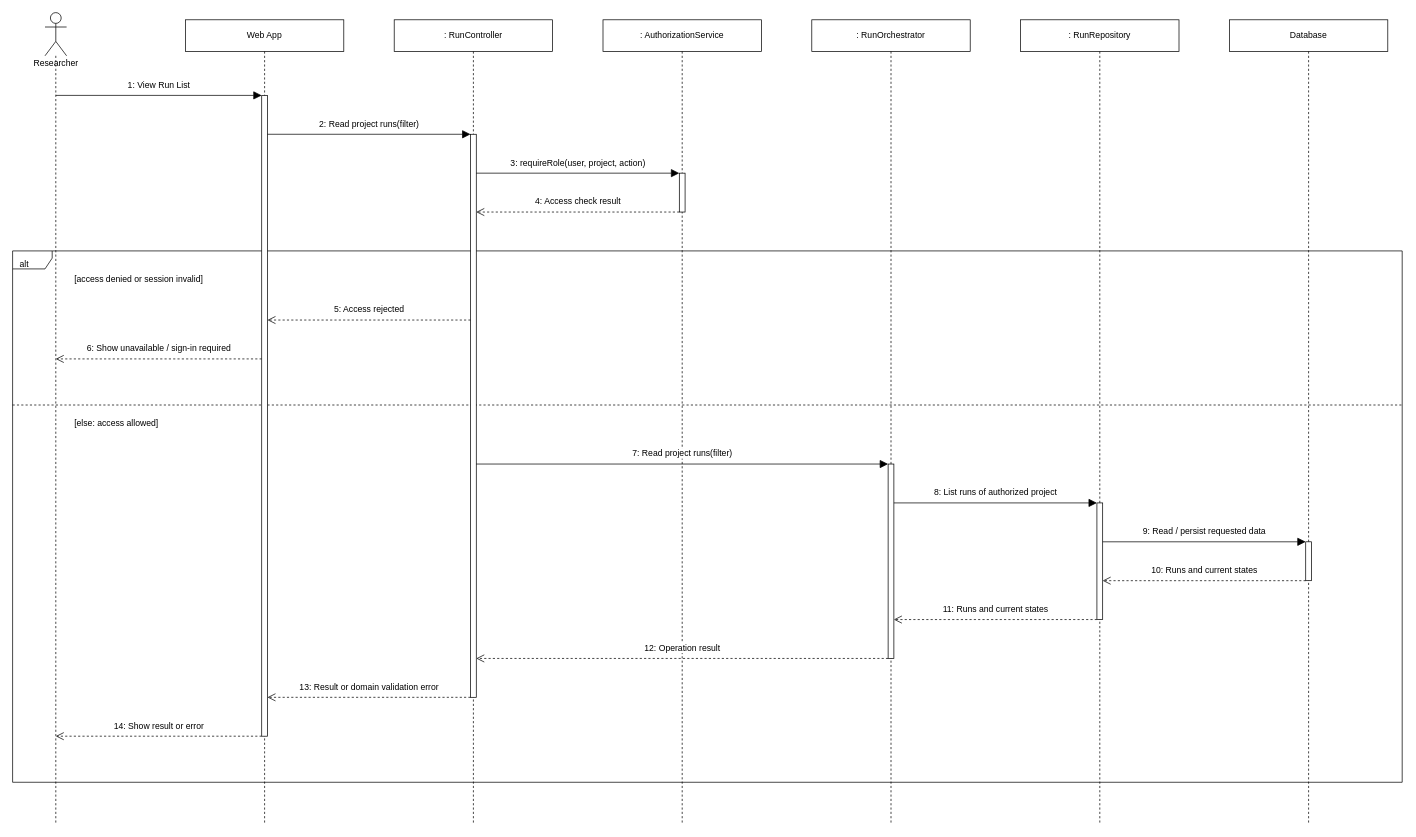
openai-scientist/docs keeps this draw.io diagram as page "View Run List" (9 of 17) of diagrams/08-sequence/04-research-run-orchestration/Sequence-Diagrams-Research-Run-Orchestration.drawio. Above is the earlier version. Source tidied: cells renumbered, new cells numbered last; positions are measured from the earlier drawing's top-left corner, leaving out a move shared by most shapes. Both pictures are drawn from the tidied source at 72%, with x=0, y=0 at pixel (12, 12).
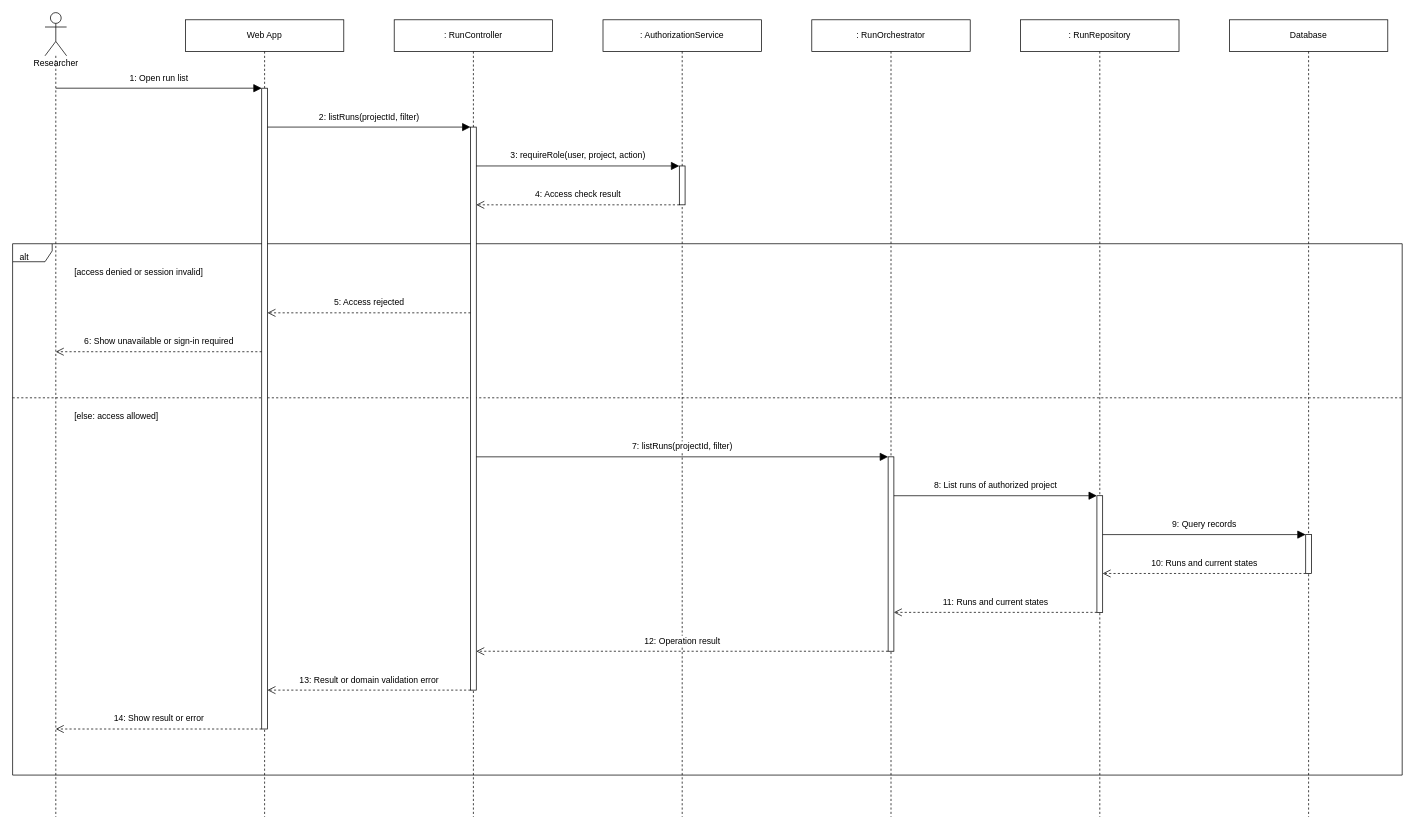
The same page after the edit.

The edit, as a diff of the source:
```diff
@@
     <mxCell id="2" value="alt" style="html=1;fontFamily=Arial;fontSize=12;fontColor=#000000;strokeColor=#000000;strokeWidth=1;fillColor=#FFFFFF;shape=umlFrame;fillColor=none;width=55;height=25;align=left;verticalAlign=top;spacingLeft=8;spacingTop=5;" parent="1" vertex="1">
-      <mxGeometry y="331" width="1930" height="738" as="geometry" />
+      <mxGeometry y="321" width="1930" height="738" as="geometry" />
     </mxCell>
     <mxCell id="3" value="[access denied or session invalid]" style="html=1;fontFamily=Arial;fontSize=12;fontColor=#000000;strokeColor=#000000;strokeWidth=1;fillColor=#FFFFFF;text;strokeColor=none;fillColor=none;align=left;verticalAlign=top;" parent="1" vertex="1">
-      <mxGeometry x="84" y="357" width="1831" height="30" as="geometry" />
+      <mxGeometry x="84" y="347" width="1831" height="30" as="geometry" />
     </mxCell>
     <mxCell id="4" value="[else: access allowed]" style="html=1;fontFamily=Arial;fontSize=12;fontColor=#000000;strokeColor=#000000;strokeWidth=1;fillColor=#FFFFFF;text;strokeColor=none;fillColor=none;align=left;verticalAlign=top;" parent="1" vertex="1">
-      <mxGeometry x="84" y="557" width="1831" height="30" as="geometry" />
+      <mxGeometry x="84" y="547" width="1831" height="30" as="geometry" />
     </mxCell>
     <mxCell id="5" style="html=1;fontFamily=Arial;fontSize=12;fontColor=#000000;strokeColor=#000000;strokeWidth=1;fillColor=#FFFFFF;dashed=1;endArrow=none;" parent="1" edge="1">
       <mxGeometry relative="1" as="geometry">
-        <mxPoint y="545" as="sourcePoint" />
-        <mxPoint x="1930" y="545" as="targetPoint" />
+        <mxPoint y="535" as="sourcePoint" />
+        <mxPoint x="1930" y="535" as="targetPoint" />
       </mxGeometry>
     </mxCell>
     <mxCell id="6" value="Researcher" style="html=1;fontFamily=Arial;fontSize=12;fontColor=#000000;strokeColor=#000000;strokeWidth=1;fillColor=#FFFFFF;shape=umlLifeline;participant=umlActor;size=60;perimeter=lifelinePerimeter;verticalAlign=bottom;spacingBottom=-20;" parent="1" vertex="1">
-      <mxGeometry x="45" width="30" height="1127" as="geometry" />
+      <mxGeometry x="45" width="30" height="1117" as="geometry" />
     </mxCell>
     <mxCell id="7" value="Web App" style="html=1;fontFamily=Arial;fontSize=12;fontColor=#000000;strokeColor=#000000;strokeWidth=1;fillColor=#FFFFFF;shape=umlLifeline;size=44;perimeter=lifelinePerimeter;whiteSpace=wrap;" parent="1" vertex="1">
-      <mxGeometry x="240" y="10" width="220" height="1117" as="geometry" />
+      <mxGeometry x="240" y="10" width="220" height="1107" as="geometry" />
     </mxCell>
     <mxCell id="8" value=": RunController" style="html=1;fontFamily=Arial;fontSize=12;fontColor=#000000;strokeColor=#000000;strokeWidth=1;fillColor=#FFFFFF;shape=umlLifeline;size=44;perimeter=lifelinePerimeter;whiteSpace=wrap;" parent="1" vertex="1">
-      <mxGeometry x="530" y="10" width="220" height="1117" as="geometry" />
+      <mxGeometry x="530" y="10" width="220" height="1107" as="geometry" />
     </mxCell>
     <mxCell id="9" value=": AuthorizationService" style="html=1;fontFamily=Arial;fontSize=12;fontColor=#000000;strokeColor=#000000;strokeWidth=1;fillColor=#FFFFFF;shape=umlLifeline;size=44;perimeter=lifelinePerimeter;whiteSpace=wrap;" parent="1" vertex="1">
-      <mxGeometry x="820" y="10" width="220" height="1117" as="geometry" />
+      <mxGeometry x="820" y="10" width="220" height="1107" as="geometry" />
     </mxCell>
     <mxCell id="10" value=": RunOrchestrator" style="html=1;fontFamily=Arial;fontSize=12;fontColor=#000000;strokeColor=#000000;strokeWidth=1;fillColor=#FFFFFF;shape=umlLifeline;size=44;perimeter=lifelinePerimeter;whiteSpace=wrap;" parent="1" vertex="1">
-      <mxGeometry x="1110" y="10" width="220" height="1117" as="geometry" />
+      <mxGeometry x="1110" y="10" width="220" height="1107" as="geometry" />
     </mxCell>
     <mxCell id="11" value=": RunRepository" style="html=1;fontFamily=Arial;fontSize=12;fontColor=#000000;strokeColor=#000000;strokeWidth=1;fillColor=#FFFFFF;shape=umlLifeline;size=44;perimeter=lifelinePerimeter;whiteSpace=wrap;" parent="1" vertex="1">
-      <mxGeometry x="1400" y="10" width="220" height="1117" as="geometry" />
+      <mxGeometry x="1400" y="10" width="220" height="1107" as="geometry" />
     </mxCell>
     <mxCell id="12" value="Database" style="html=1;fontFamily=Arial;fontSize=12;fontColor=#000000;strokeColor=#000000;strokeWidth=1;fillColor=#FFFFFF;shape=umlLifeline;size=44;perimeter=lifelinePerimeter;whiteSpace=wrap;" parent="1" vertex="1">
-      <mxGeometry x="1690" y="10" width="220" height="1117" as="geometry" />
+      <mxGeometry x="1690" y="10" width="220" height="1107" as="geometry" />
     </mxCell>
     <mxCell id="13" style="html=1;fontFamily=Arial;fontSize=12;fontColor=#000000;strokeColor=#000000;strokeWidth=1;fillColor=#FFFFFF;" parent="7" vertex="1">
-      <mxGeometry x="106" y="105" width="8" height="890" as="geometry" />
+      <mxGeometry x="106" y="95" width="8" height="890" as="geometry" />
     </mxCell>
     <mxCell id="14" style="html=1;fontFamily=Arial;fontSize=12;fontColor=#000000;strokeColor=#000000;strokeWidth=1;fillColor=#FFFFFF;" parent="8" vertex="1">
-      <mxGeometry x="106" y="159" width="8" height="782" as="geometry" />
+      <mxGeometry x="106" y="149" width="8" height="782" as="geometry" />
     </mxCell>
     <mxCell id="15" style="html=1;fontFamily=Arial;fontSize=12;fontColor=#000000;strokeColor=#000000;strokeWidth=1;fillColor=#FFFFFF;" parent="9" vertex="1">
-      <mxGeometry x="106" y="213" width="8" height="54" as="geometry" />
+      <mxGeometry x="106" y="203" width="8" height="54" as="geometry" />
     </mxCell>
     <mxCell id="16" style="html=1;fontFamily=Arial;fontSize=12;fontColor=#000000;strokeColor=#000000;strokeWidth=1;fillColor=#FFFFFF;" parent="10" vertex="1">
-      <mxGeometry x="106" y="617" width="8" height="270" as="geometry" />
+      <mxGeometry x="106" y="607" width="8" height="270" as="geometry" />
     </mxCell>
     <mxCell id="17" style="html=1;fontFamily=Arial;fontSize=12;fontColor=#000000;strokeColor=#000000;strokeWidth=1;fillColor=#FFFFFF;" parent="11" vertex="1">
-      <mxGeometry x="106" y="671" width="8" height="162" as="geometry" />
+      <mxGeometry x="106" y="661" width="8" height="162" as="geometry" />
     </mxCell>
     <mxCell id="18" style="html=1;fontFamily=Arial;fontSize=12;fontColor=#000000;strokeColor=#000000;strokeWidth=1;fillColor=#FFFFFF;" parent="12" vertex="1">
-      <mxGeometry x="106" y="725" width="8" height="54" as="geometry" />
+      <mxGeometry x="106" y="715" width="8" height="54" as="geometry" />
     </mxCell>
-    <mxCell id="19" value="1: View Run List" style="html=1;fontFamily=Arial;fontSize=12;fontColor=#000000;strokeColor=#000000;strokeWidth=1;fillColor=#FFFFFF;edgeStyle=none;rounded=0;endSize=9;endArrow=block;endFill=1;labelBackgroundColor=#FFFFFF;verticalAlign=bottom;spacingBottom=5;exitX=0.5;exitY=0.10204081632653061;entryX=0;entryY=0.0;exitPerimeter=0;entryPerimeter=0;" parent="1" edge="1" source="6" target="13">
+    <mxCell id="19" value="1: Open run list" style="html=1;fontFamily=Arial;fontSize=12;fontColor=#000000;strokeColor=#000000;strokeWidth=1;fillColor=#FFFFFF;edgeStyle=none;rounded=0;endSize=9;endArrow=block;endFill=1;labelBackgroundColor=#FFFFFF;verticalAlign=bottom;spacingBottom=5;exitX=0.5;exitY=0.09400179051029543;entryX=0;entryY=0.0;exitPerimeter=0;entryPerimeter=0;" parent="1" edge="1" source="6" target="13">
       <mxGeometry relative="1" as="geometry" />
     </mxCell>
-    <mxCell id="20" value="2: Read project runs(filter)" style="html=1;fontFamily=Arial;fontSize=12;fontColor=#000000;strokeColor=#000000;strokeWidth=1;fillColor=#FFFFFF;edgeStyle=none;rounded=0;endSize=9;endArrow=block;endFill=1;labelBackgroundColor=#FFFFFF;verticalAlign=bottom;spacingBottom=5;exitX=1;exitY=0.060674157303370786;entryX=0;entryY=0.0;exitPerimeter=0;entryPerimeter=0;" parent="1" edge="1" source="13" target="14">
+    <mxCell id="20" value="2: listRuns(projectId, filter)" style="html=1;fontFamily=Arial;fontSize=12;fontColor=#000000;strokeColor=#000000;strokeWidth=1;fillColor=#FFFFFF;edgeStyle=none;rounded=0;endSize=9;endArrow=block;endFill=1;labelBackgroundColor=#FFFFFF;verticalAlign=bottom;spacingBottom=5;exitX=1;exitY=0.060674157303370786;entryX=0;entryY=0.0;exitPerimeter=0;entryPerimeter=0;" parent="1" edge="1" source="13" target="14">
       <mxGeometry relative="1" as="geometry" />
     </mxCell>
@@
-    <mxCell id="24" value="6: Show unavailable / sign-in required" style="html=1;fontFamily=Arial;fontSize=12;fontColor=#000000;strokeColor=#000000;strokeWidth=1;fillColor=#FFFFFF;edgeStyle=none;rounded=0;endSize=9;dashed=1;endArrow=open;endFill=0;labelBackgroundColor=#FFFFFF;verticalAlign=bottom;spacingBottom=5;exitX=0;exitY=0.41123595505617977;entryX=0.5;entryY=0.42679680567879325;exitPerimeter=0;entryPerimeter=0;" parent="1" edge="1" source="13" target="6">
+    <mxCell id="24" value="6: Show unavailable or sign-in required" style="html=1;fontFamily=Arial;fontSize=12;fontColor=#000000;strokeColor=#000000;strokeWidth=1;fillColor=#FFFFFF;edgeStyle=none;rounded=0;endSize=9;dashed=1;endArrow=open;endFill=0;labelBackgroundColor=#FFFFFF;verticalAlign=bottom;spacingBottom=5;exitX=0;exitY=0.41123595505617977;entryX=0.5;entryY=0.42166517457475383;exitPerimeter=0;entryPerimeter=0;" parent="1" edge="1" source="13" target="6">
       <mxGeometry relative="1" as="geometry" />
     </mxCell>
-    <mxCell id="25" value="7: Read project runs(filter)" style="html=1;fontFamily=Arial;fontSize=12;fontColor=#000000;strokeColor=#000000;strokeWidth=1;fillColor=#FFFFFF;edgeStyle=none;rounded=0;endSize=9;endArrow=block;endFill=1;labelBackgroundColor=#FFFFFF;verticalAlign=bottom;spacingBottom=5;exitX=1;exitY=0.5856777493606138;entryX=0;entryY=0.0;exitPerimeter=0;entryPerimeter=0;" parent="1" edge="1" source="14" target="16">
+    <mxCell id="25" value="7: listRuns(projectId, filter)" style="html=1;fontFamily=Arial;fontSize=12;fontColor=#000000;strokeColor=#000000;strokeWidth=1;fillColor=#FFFFFF;edgeStyle=none;rounded=0;endSize=9;endArrow=block;endFill=1;labelBackgroundColor=#FFFFFF;verticalAlign=bottom;spacingBottom=5;exitX=1;exitY=0.5856777493606138;entryX=0;entryY=0.0;exitPerimeter=0;entryPerimeter=0;" parent="1" edge="1" source="14" target="16">
       <mxGeometry relative="1" as="geometry" />
     </mxCell>
@@
-    <mxCell id="27" value="9: Read / persist requested data" style="html=1;fontFamily=Arial;fontSize=12;fontColor=#000000;strokeColor=#000000;strokeWidth=1;fillColor=#FFFFFF;edgeStyle=none;rounded=0;endSize=9;endArrow=block;endFill=1;labelBackgroundColor=#FFFFFF;verticalAlign=bottom;spacingBottom=5;exitX=1;exitY=0.3333333333333333;entryX=0;entryY=0.0;exitPerimeter=0;entryPerimeter=0;" parent="1" edge="1" source="17" target="18">
+    <mxCell id="27" value="9: Query records" style="html=1;fontFamily=Arial;fontSize=12;fontColor=#000000;strokeColor=#000000;strokeWidth=1;fillColor=#FFFFFF;edgeStyle=none;rounded=0;endSize=9;endArrow=block;endFill=1;labelBackgroundColor=#FFFFFF;verticalAlign=bottom;spacingBottom=5;exitX=1;exitY=0.3333333333333333;entryX=0;entryY=0.0;exitPerimeter=0;entryPerimeter=0;" parent="1" edge="1" source="17" target="18">
       <mxGeometry relative="1" as="geometry" />
     </mxCell>
@@
-    <mxCell id="32" value="14: Show result or error" style="html=1;fontFamily=Arial;fontSize=12;fontColor=#000000;strokeColor=#000000;strokeWidth=1;fillColor=#FFFFFF;edgeStyle=none;rounded=0;endSize=9;dashed=1;endArrow=open;endFill=0;labelBackgroundColor=#FFFFFF;verticalAlign=bottom;spacingBottom=5;exitX=0;exitY=1.0;entryX=0.5;entryY=0.8917480035492458;exitPerimeter=0;entryPerimeter=0;" parent="1" edge="1" source="13" target="6">
+    <mxCell id="32" value="14: Show result or error" style="html=1;fontFamily=Arial;fontSize=12;fontColor=#000000;strokeColor=#000000;strokeWidth=1;fillColor=#FFFFFF;edgeStyle=none;rounded=0;endSize=9;dashed=1;endArrow=open;endFill=0;labelBackgroundColor=#FFFFFF;verticalAlign=bottom;spacingBottom=5;exitX=0;exitY=1.0;entryX=0.5;entryY=0.8907788719785139;exitPerimeter=0;entryPerimeter=0;" parent="1" edge="1" source="13" target="6">
       <mxGeometry relative="1" as="geometry" />
     </mxCell>
```
